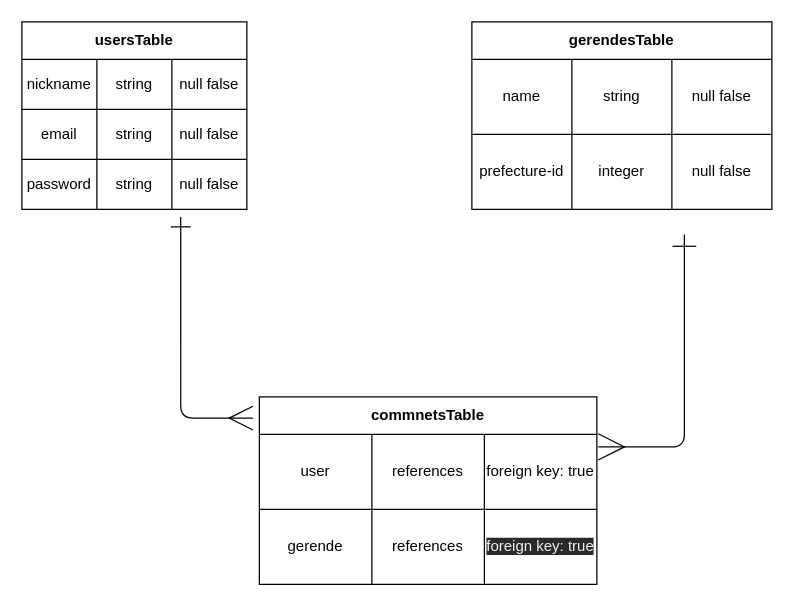
Above: db.dio in yuyakiso/geresuki (draw.io), before the change. Source tidied: cells renumbered, new cells numbered last; positions are measured from the earlier drawing's top-left corner, leaving out a move shared by most shapes. Both pictures are drawn from the tidied source at 125%, with x=0, y=0 at pixel (21, 21).
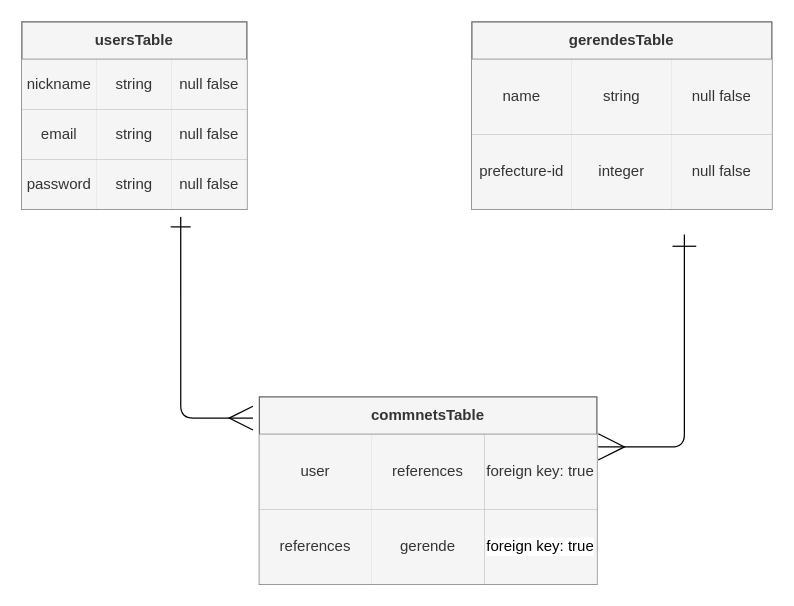
The same page after the edit.

Unchanged cells that the change refers to:
```xml
<mxCell id="3" style="shape=partialRectangle;html=1;whiteSpace=wrap;fillColor=none;top=0;left=0;bottom=0;right=0;" parent="2" vertex="1">
  <mxGeometry y="30" width="180" height="40" as="geometry" />
</mxCell>
<mxCell id="7" style="shape=partialRectangle;html=1;whiteSpace=wrap;fillColor=none;top=0;left=0;bottom=0;right=0;" parent="2" vertex="1">
  <mxGeometry y="70" width="180" height="40" as="geometry" />
</mxCell>
<mxCell id="11" style="shape=partialRectangle;html=1;whiteSpace=wrap;fillColor=none;top=0;left=0;bottom=0;right=0;points=[[0,0.5],[1,0.5]];portConstraint=eastwest;" parent="2" vertex="1">
  <mxGeometry y="110" width="180" height="40" as="geometry" />
</mxCell>
<mxCell id="16" style="shape=partialRectangle;html=1;whiteSpace=wrap;fillColor=none;top=0;left=0;bottom=0;right=0;points=[[0,0.5],[1,0.5]];portConstraint=eastwest;" parent="15" vertex="1">
  <mxGeometry y="30" width="270" height="60" as="geometry" />
</mxCell>
<mxCell id="20" style="shape=partialRectangle;html=1;whiteSpace=wrap;fillColor=none;top=0;left=0;bottom=0;right=0;" parent="15" vertex="1">
  <mxGeometry y="90" width="270" height="60" as="geometry" />
</mxCell>
<mxCell id="25" style="shape=partialRectangle;html=1;whiteSpace=wrap;fillColor=none;top=0;left=0;bottom=0;right=0;" parent="24" vertex="1">
  <mxGeometry y="30" width="240" height="60" as="geometry" />
</mxCell>
<mxCell id="29" style="shape=partialRectangle;html=1;whiteSpace=wrap;fillColor=none;top=0;left=0;bottom=0;right=0;" parent="24" vertex="1">
  <mxGeometry y="90" width="240" height="60" as="geometry" />
</mxCell>
```

Change to the diagram source:
```diff
@@
-    <mxCell id="2" value="usersTable" style="shape=table;html=1;whiteSpace=wrap;startSize=30;childLayout=tableLayout;fontStyle=1;align=center;" parent="1" vertex="1">
+    <mxCell id="2" value="usersTable" style="shape=table;html=1;whiteSpace=wrap;startSize=30;childLayout=tableLayout;fontStyle=1;align=center;fillColor=#f5f5f5;strokeColor=#666666;fontColor=#333333;" parent="1" vertex="1">
       <mxGeometry width="180" height="150" as="geometry" />
     </mxCell>
@@
-    <mxCell id="4" value="nickname" style="shape=partialRectangle;html=1;whiteSpace=wrap;fillColor=none;top=0;left=0;bottom=0;right=0;overflow=hidden;" parent="3" vertex="1">
+    <mxCell id="4" value="nickname" style="shape=partialRectangle;html=1;whiteSpace=wrap;fillColor=#f5f5f5;top=0;left=0;bottom=0;right=0;overflow=hidden;strokeColor=#666666;fontColor=#333333;" parent="3" vertex="1">
       <mxGeometry width="60" height="40" as="geometry" />
     </mxCell>
-    <mxCell id="5" value="string" style="shape=partialRectangle;html=1;whiteSpace=wrap;fillColor=none;top=0;left=0;bottom=0;right=0;overflow=hidden;" parent="3" vertex="1">
+    <mxCell id="5" value="string" style="shape=partialRectangle;html=1;whiteSpace=wrap;fillColor=#f5f5f5;top=0;left=0;bottom=0;right=0;overflow=hidden;strokeColor=#666666;fontColor=#333333;" parent="3" vertex="1">
       <mxGeometry x="60" width="60" height="40" as="geometry" />
     </mxCell>
-    <mxCell id="6" value="null false" style="shape=partialRectangle;html=1;whiteSpace=wrap;fillColor=none;top=0;left=0;bottom=0;right=0;overflow=hidden;" parent="3" vertex="1">
+    <mxCell id="6" value="null false" style="shape=partialRectangle;html=1;whiteSpace=wrap;fillColor=#f5f5f5;top=0;left=0;bottom=0;right=0;overflow=hidden;strokeColor=#666666;fontColor=#333333;" parent="3" vertex="1">
       <mxGeometry x="120" width="60" height="40" as="geometry" />
     </mxCell>
@@
-    <mxCell id="8" value="email" style="shape=partialRectangle;html=1;whiteSpace=wrap;fillColor=none;top=0;left=0;bottom=0;right=0;overflow=hidden;" parent="7" vertex="1">
+    <mxCell id="8" value="email" style="shape=partialRectangle;html=1;whiteSpace=wrap;fillColor=#f5f5f5;top=0;left=0;bottom=0;right=0;overflow=hidden;strokeColor=#666666;fontColor=#333333;" parent="7" vertex="1">
       <mxGeometry width="60" height="40" as="geometry" />
     </mxCell>
-    <mxCell id="9" value="string" style="shape=partialRectangle;html=1;whiteSpace=wrap;fillColor=none;top=0;left=0;bottom=0;right=0;overflow=hidden;" parent="7" vertex="1">
+    <mxCell id="9" value="string" style="shape=partialRectangle;html=1;whiteSpace=wrap;fillColor=#f5f5f5;top=0;left=0;bottom=0;right=0;overflow=hidden;strokeColor=#666666;fontColor=#333333;" parent="7" vertex="1">
       <mxGeometry x="60" width="60" height="40" as="geometry" />
     </mxCell>
-    <mxCell id="10" value="null false" style="shape=partialRectangle;html=1;whiteSpace=wrap;fillColor=none;top=0;left=0;bottom=0;right=0;overflow=hidden;" parent="7" vertex="1">
+    <mxCell id="10" value="null false" style="shape=partialRectangle;html=1;whiteSpace=wrap;fillColor=#f5f5f5;top=0;left=0;bottom=0;right=0;overflow=hidden;strokeColor=#666666;fontColor=#333333;" parent="7" vertex="1">
       <mxGeometry x="120" width="60" height="40" as="geometry" />
     </mxCell>
@@
-    <mxCell id="12" value="password" style="shape=partialRectangle;html=1;whiteSpace=wrap;fillColor=none;top=0;left=0;bottom=0;right=0;overflow=hidden;" parent="11" vertex="1">
+    <mxCell id="12" value="password" style="shape=partialRectangle;html=1;whiteSpace=wrap;fillColor=#f5f5f5;top=0;left=0;bottom=0;right=0;overflow=hidden;strokeColor=#666666;fontColor=#333333;" parent="11" vertex="1">
       <mxGeometry width="60" height="40" as="geometry" />
     </mxCell>
-    <mxCell id="13" value="string" style="shape=partialRectangle;html=1;whiteSpace=wrap;fillColor=none;top=0;left=0;bottom=0;right=0;overflow=hidden;" parent="11" vertex="1">
+    <mxCell id="13" value="string" style="shape=partialRectangle;html=1;whiteSpace=wrap;fillColor=#f5f5f5;top=0;left=0;bottom=0;right=0;overflow=hidden;strokeColor=#666666;fontColor=#333333;" parent="11" vertex="1">
       <mxGeometry x="60" width="60" height="40" as="geometry" />
     </mxCell>
-    <mxCell id="14" value="null false" style="shape=partialRectangle;html=1;whiteSpace=wrap;fillColor=none;top=0;left=0;bottom=0;right=0;overflow=hidden;" parent="11" vertex="1">
+    <mxCell id="14" value="null false" style="shape=partialRectangle;html=1;whiteSpace=wrap;fillColor=#f5f5f5;top=0;left=0;bottom=0;right=0;overflow=hidden;strokeColor=#666666;fontColor=#333333;" parent="11" vertex="1">
       <mxGeometry x="120" width="60" height="40" as="geometry" />
     </mxCell>
-    <mxCell id="15" value="commnetsTable" style="shape=table;html=1;whiteSpace=wrap;startSize=30;childLayout=tableLayout;fontStyle=1;align=center;" parent="1" vertex="1">
+    <mxCell id="15" value="commnetsTable" style="shape=table;html=1;whiteSpace=wrap;startSize=30;childLayout=tableLayout;fontStyle=1;align=center;fillColor=#f5f5f5;strokeColor=#666666;fontColor=#333333;" parent="1" vertex="1">
       <mxGeometry x="190" y="300" width="270" height="150" as="geometry" />
     </mxCell>
@@
-    <mxCell id="17" value="user" style="shape=partialRectangle;html=1;whiteSpace=wrap;fillColor=none;top=0;left=0;bottom=0;right=0;overflow=hidden;" parent="16" vertex="1">
+    <mxCell id="17" value="user" style="shape=partialRectangle;html=1;whiteSpace=wrap;fillColor=#f5f5f5;top=0;left=0;bottom=0;right=0;overflow=hidden;strokeColor=#666666;fontColor=#333333;" parent="16" vertex="1">
       <mxGeometry width="90" height="60" as="geometry" />
     </mxCell>
-    <mxCell id="18" value="references" style="shape=partialRectangle;html=1;whiteSpace=wrap;fillColor=none;top=0;left=0;bottom=0;right=0;overflow=hidden;" parent="16" vertex="1">
+    <mxCell id="18" value="references" style="shape=partialRectangle;html=1;whiteSpace=wrap;fillColor=#f5f5f5;top=0;left=0;bottom=0;right=0;overflow=hidden;strokeColor=#666666;fontColor=#333333;" parent="16" vertex="1">
       <mxGeometry x="90" width="90" height="60" as="geometry" />
     </mxCell>
-    <mxCell id="19" value="foreign key: true" style="shape=partialRectangle;html=1;whiteSpace=wrap;fillColor=none;top=0;left=0;bottom=0;right=0;overflow=hidden;" parent="16" vertex="1">
+    <mxCell id="19" value="foreign key: true" style="shape=partialRectangle;html=1;whiteSpace=wrap;fillColor=#f5f5f5;top=0;left=0;bottom=0;right=0;overflow=hidden;strokeColor=#666666;fontColor=#333333;" parent="16" vertex="1">
       <mxGeometry x="180" width="90" height="60" as="geometry" />
     </mxCell>
@@
+    <mxCell id="22" value="references" style="shape=partialRectangle;html=1;whiteSpace=wrap;fillColor=#f5f5f5;top=0;left=0;bottom=0;right=0;overflow=hidden;strokeColor=#666666;fontColor=#333333;" parent="20" vertex="1">
+      <mxGeometry width="90" height="60" as="geometry" />
+    </mxCell>
-    <mxCell id="21" value="gerende" style="shape=partialRectangle;html=1;whiteSpace=wrap;fillColor=none;top=0;left=0;bottom=0;right=0;overflow=hidden;" parent="20" vertex="1">
-      <mxGeometry width="90" height="60" as="geometry" />
+    <mxCell id="21" value="gerende" style="shape=partialRectangle;html=1;whiteSpace=wrap;fillColor=#f5f5f5;top=0;left=0;bottom=0;right=0;overflow=hidden;strokeColor=#666666;fontColor=#333333;" parent="20" vertex="1">
+      <mxGeometry x="90" width="90" height="60" as="geometry" />
     </mxCell>
-    <mxCell id="22" value="references" style="shape=partialRectangle;html=1;whiteSpace=wrap;fillColor=none;top=0;left=0;bottom=0;right=0;overflow=hidden;" parent="20" vertex="1">
-      <mxGeometry x="90" width="90" height="60" as="geometry" />
-    </mxCell>
-    <mxCell id="23" value="&lt;span style=&quot;color: rgb(240, 240, 240); font-family: helvetica; font-size: 12px; font-style: normal; font-weight: 400; letter-spacing: normal; text-align: center; text-indent: 0px; text-transform: none; word-spacing: 0px; background-color: rgb(42, 42, 42); display: inline; float: none;&quot;&gt;foreign key: true&lt;/span&gt;" style="shape=partialRectangle;html=1;whiteSpace=wrap;fillColor=none;top=0;left=0;bottom=0;right=0;overflow=hidden;" parent="20" vertex="1">
+    <mxCell id="23" value="&lt;span style=&quot;font-family: helvetica; font-size: 12px; font-style: normal; letter-spacing: normal; text-indent: 0px; text-transform: none; word-spacing: 0px; display: inline; float: none;&quot;&gt;&lt;font color=&quot;#000000&quot;&gt;foreign key: true&lt;/font&gt;&lt;/span&gt;" style="shape=partialRectangle;html=1;whiteSpace=wrap;top=0;left=0;bottom=0;right=0;overflow=hidden;fontColor=#333333;align=center;fillColor=#f5f5f5;strokeColor=#666666;flipH=1;flipV=1;labelBackgroundColor=#ffffff;" parent="20" vertex="1">
       <mxGeometry x="180" width="90" height="60" as="geometry" />
     </mxCell>
-    <mxCell id="24" value="gerendesTable" style="shape=table;html=1;whiteSpace=wrap;startSize=30;childLayout=tableLayout;fontStyle=1;align=center;" parent="1" vertex="1">
+    <mxCell id="24" value="gerendesTable" style="shape=table;html=1;whiteSpace=wrap;startSize=30;childLayout=tableLayout;fontStyle=1;align=center;fillColor=#f5f5f5;strokeColor=#666666;fontColor=#333333;" parent="1" vertex="1">
       <mxGeometry x="360" width="240" height="150" as="geometry" />
     </mxCell>
@@
-    <mxCell id="26" value="name" style="shape=partialRectangle;html=1;whiteSpace=wrap;fillColor=none;top=0;left=0;bottom=0;right=0;overflow=hidden;" parent="25" vertex="1">
+    <mxCell id="26" value="name" style="shape=partialRectangle;html=1;whiteSpace=wrap;fillColor=#f5f5f5;top=0;left=0;bottom=0;right=0;overflow=hidden;strokeColor=#666666;fontColor=#333333;" parent="25" vertex="1">
       <mxGeometry width="80" height="60" as="geometry" />
     </mxCell>
-    <mxCell id="27" value="string" style="shape=partialRectangle;html=1;whiteSpace=wrap;fillColor=none;top=0;left=0;bottom=0;right=0;overflow=hidden;" parent="25" vertex="1">
+    <mxCell id="27" value="string" style="shape=partialRectangle;html=1;whiteSpace=wrap;fillColor=#f5f5f5;top=0;left=0;bottom=0;right=0;overflow=hidden;strokeColor=#666666;fontColor=#333333;" parent="25" vertex="1">
       <mxGeometry x="80" width="80" height="60" as="geometry" />
     </mxCell>
-    <mxCell id="28" value="null false" style="shape=partialRectangle;html=1;whiteSpace=wrap;fillColor=none;top=0;left=0;bottom=0;right=0;overflow=hidden;" parent="25" vertex="1">
+    <mxCell id="28" value="null false" style="shape=partialRectangle;html=1;whiteSpace=wrap;fillColor=#f5f5f5;top=0;left=0;bottom=0;right=0;overflow=hidden;strokeColor=#666666;fontColor=#333333;" parent="25" vertex="1">
       <mxGeometry x="160" width="80" height="60" as="geometry" />
     </mxCell>
@@
-    <mxCell id="30" value="prefecture-id" style="shape=partialRectangle;html=1;whiteSpace=wrap;fillColor=none;top=0;left=0;bottom=0;right=0;overflow=hidden;" parent="29" vertex="1">
+    <mxCell id="30" value="prefecture-id" style="shape=partialRectangle;html=1;whiteSpace=wrap;fillColor=#f5f5f5;top=0;left=0;bottom=0;right=0;overflow=hidden;strokeColor=#666666;fontColor=#333333;" parent="29" vertex="1">
       <mxGeometry width="80" height="60" as="geometry" />
     </mxCell>
-    <mxCell id="31" value="integer" style="shape=partialRectangle;html=1;whiteSpace=wrap;fillColor=none;top=0;left=0;bottom=0;right=0;overflow=hidden;" parent="29" vertex="1">
+    <mxCell id="31" value="integer" style="shape=partialRectangle;html=1;whiteSpace=wrap;fillColor=#f5f5f5;top=0;left=0;bottom=0;right=0;overflow=hidden;strokeColor=#666666;fontColor=#333333;" parent="29" vertex="1">
       <mxGeometry x="80" width="80" height="60" as="geometry" />
     </mxCell>
-    <mxCell id="32" value="null false" style="shape=partialRectangle;html=1;whiteSpace=wrap;fillColor=none;top=0;left=0;bottom=0;right=0;overflow=hidden;" parent="29" vertex="1">
+    <mxCell id="32" value="null false" style="shape=partialRectangle;html=1;whiteSpace=wrap;fillColor=#f5f5f5;top=0;left=0;bottom=0;right=0;overflow=hidden;strokeColor=#666666;fontColor=#333333;" parent="29" vertex="1">
       <mxGeometry x="160" width="80" height="60" as="geometry" />
     </mxCell>
```
